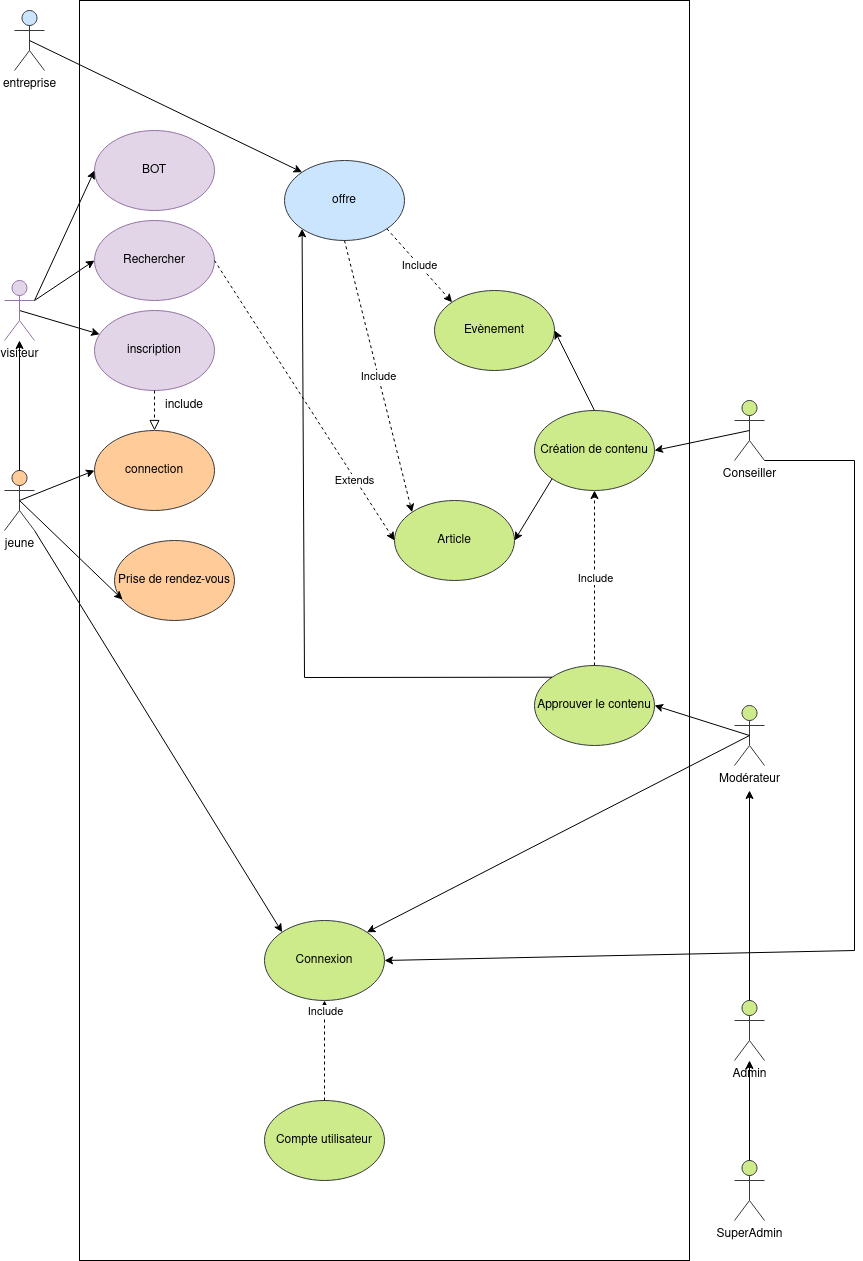
Before: diagrams/use-case/use_case.drawio.png, a diagram exported from draw.io (delannoykurt/mission-locale). Source tidied: cells renumbered, new cells last; positions are measured from the earlier drawing's top-left corner, leaving out a move shared by most shapes.
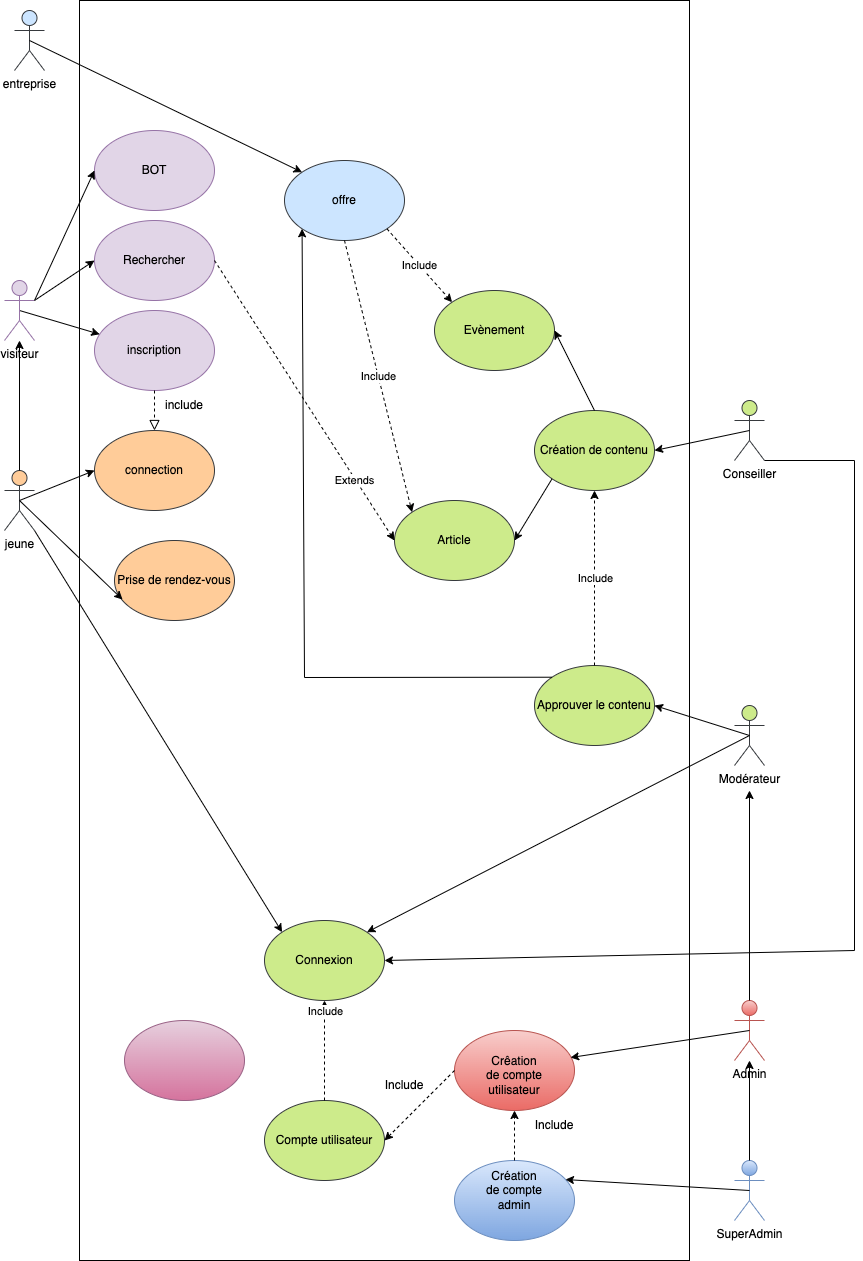
After the change.

Commit message:
docs(common): add actor in diagram usecase

What changed in the source:
```diff
@@ -152,10 +152,10 @@
         <mxPoint y="-40" as="offset" />
       </mxGeometry>
     </mxCell>
-    <mxCell id="47" value="SuperAdmin" style="shape=umlActor;verticalLabelPosition=bottom;verticalAlign=top;html=1;outlineConnect=0;fillColor=#cdeb8b;strokeColor=#36393d;" parent="1" vertex="1">
+    <mxCell id="47" value="SuperAdmin" style="shape=umlActor;verticalLabelPosition=bottom;verticalAlign=top;html=1;outlineConnect=0;fillColor=#dae8fc;strokeColor=#6c8ebf;gradientColor=#7ea6e0;" parent="1" vertex="1">
       <mxGeometry x="730" y="1160" width="30" height="60" as="geometry" />
     </mxCell>
-    <mxCell id="48" value="Admin" style="shape=umlActor;verticalLabelPosition=bottom;verticalAlign=top;html=1;outlineConnect=0;fillColor=#cdeb8b;strokeColor=#36393d;" parent="1" vertex="1">
+    <mxCell id="48" value="Admin" style="shape=umlActor;verticalLabelPosition=bottom;verticalAlign=top;html=1;outlineConnect=0;fillColor=#f8cecc;strokeColor=#b85450;gradientColor=#ea6b66;" parent="1" vertex="1">
       <mxGeometry x="730" y="1000" width="30" height="60" as="geometry" />
     </mxCell>
     <mxCell id="49" style="endArrow=classic;html=1;rounded=0;exitX=0.5;exitY=0;exitDx=0;exitDy=0;exitPerimeter=0;" parent="1" edge="1" source="48">
@@ -166,5 +166,38 @@
     <mxCell id="50" style="endArrow=classic;html=1;rounded=0;exitX=0.5;exitY=0;exitDx=0;exitDy=0;exitPerimeter=0;" parent="1" edge="1" source="47" target="48">
       <mxGeometry relative="1" as="geometry" />
     </mxCell>
+    <mxCell id="51" style="ellipse;whiteSpace=wrap;html=1;fillColor=#f8cecc;gradientColor=#ea6b66;strokeColor=#b85450;" parent="1" vertex="1">
+      <mxGeometry x="450" y="1030" width="120" height="80" as="geometry" />
+    </mxCell>
+    <mxCell id="52" value="Crêation de compte utilisateur" style="text;html=1;strokeColor=none;fillColor=none;align=center;verticalAlign=middle;whiteSpace=wrap;rounded=0;" parent="1" vertex="1">
+      <mxGeometry x="480" y="1060" width="60" height="30" as="geometry" />
+    </mxCell>
+    <mxCell id="53" style="ellipse;whiteSpace=wrap;html=1;fillColor=#dae8fc;gradientColor=#7ea6e0;strokeColor=#6c8ebf;" parent="1" vertex="1">
+      <mxGeometry x="450" y="1160" width="120" height="80" as="geometry" />
+    </mxCell>
+    <mxCell id="54" value="Création de compte admin" style="text;html=1;strokeColor=none;fillColor=none;align=center;verticalAlign=middle;whiteSpace=wrap;rounded=0;" parent="1" vertex="1">
+      <mxGeometry x="480" y="1175" width="60" height="30" as="geometry" />
+    </mxCell>
+    <mxCell id="55" style="endArrow=classic;html=1;entryX=0.967;entryY=0.338;entryDx=0;entryDy=0;entryPerimeter=0;exitX=0.5;exitY=0.5;exitDx=0;exitDy=0;exitPerimeter=0;" parent="1" edge="1" source="48" target="51">
+      <mxGeometry relative="1" as="geometry" />
+    </mxCell>
+    <mxCell id="56" style="endArrow=classic;html=1;entryX=0.925;entryY=0.238;entryDx=0;entryDy=0;entryPerimeter=0;exitX=0.5;exitY=0.5;exitDx=0;exitDy=0;exitPerimeter=0;" parent="1" edge="1" source="47" target="53">
+      <mxGeometry relative="1" as="geometry" />
+    </mxCell>
+    <mxCell id="57" style="endArrow=classic;html=1;exitX=0.5;exitY=0;exitDx=0;exitDy=0;entryX=0.5;entryY=1;entryDx=0;entryDy=0;dashed=1;" parent="1" edge="1" source="53" target="51">
+      <mxGeometry relative="1" as="geometry" />
+    </mxCell>
+    <mxCell id="58" value="Include" style="text;html=1;strokeColor=none;fillColor=none;align=center;verticalAlign=middle;whiteSpace=wrap;rounded=0;" parent="1" vertex="1">
+      <mxGeometry x="520" y="1110" width="60" height="30" as="geometry" />
+    </mxCell>
+    <mxCell id="59" style="endArrow=classic;html=1;dashed=1;exitX=0;exitY=0.5;exitDx=0;exitDy=0;entryX=1;entryY=0.5;entryDx=0;entryDy=0;" parent="1" edge="1" source="51" target="27">
+      <mxGeometry relative="1" as="geometry" />
+    </mxCell>
+    <mxCell id="60" value="Include" style="text;html=1;strokeColor=none;fillColor=none;align=center;verticalAlign=middle;whiteSpace=wrap;rounded=0;" parent="1" vertex="1">
+      <mxGeometry x="370" y="1070" width="60" height="30" as="geometry" />
+    </mxCell>
+    <mxCell id="61" style="ellipse;whiteSpace=wrap;html=1;fillColor=#e6d0de;gradientColor=#d5739d;strokeColor=#996185;" parent="1" vertex="1">
+      <mxGeometry x="120" y="1020" width="120" height="80" as="geometry" />
+    </mxCell>
   </root>
 </mxGraphModel>
```
